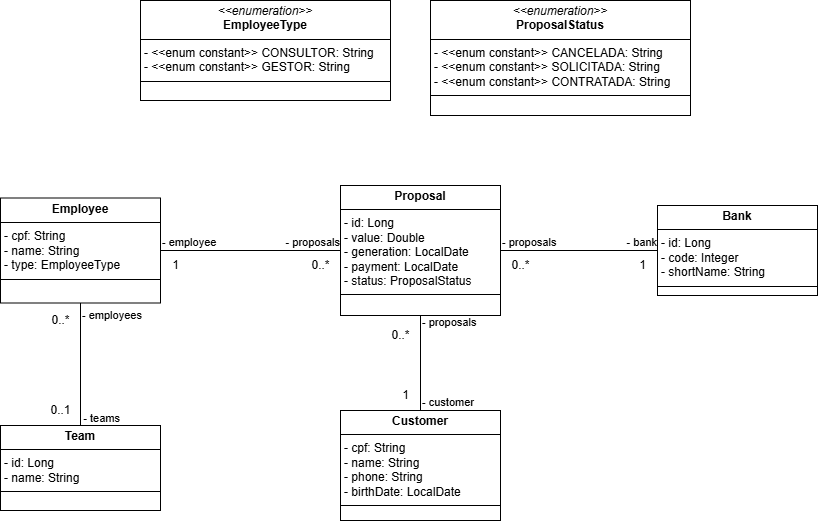
The draw.io diagram documents/diagrama_de_classe.png in Hilan-CP/JSF-corban-multibancos, before a commit. Source tidied: cells renumbered, new cells last; positions are measured from the earlier drawing's top-left corner, leaving out a move shared by most shapes.
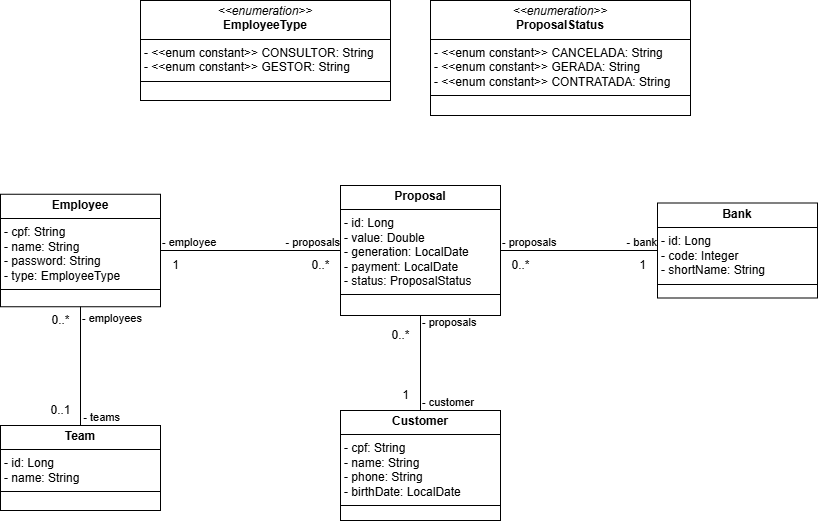
Above is the later version.

The edit, as a diff of the source:
```diff
@@ -2,8 +2,8 @@
   <root>
     <mxCell id="0" />
     <mxCell id="1" parent="0" />
-    <mxCell id="2" value="&lt;p style=&quot;margin:0px;margin-top:4px;text-align:center;&quot;&gt;&lt;b&gt;Employee&lt;/b&gt;&lt;/p&gt;&lt;hr size=&quot;1&quot; style=&quot;border-style:solid;&quot;&gt;&lt;p style=&quot;margin:0px;margin-left:4px;&quot;&gt;- cpf: String&lt;/p&gt;&lt;p style=&quot;margin:0px;margin-left:4px;&quot;&gt;- name: String&lt;/p&gt;&lt;p style=&quot;margin:0px;margin-left:4px;&quot;&gt;- type: EmployeeType&lt;/p&gt;&lt;hr size=&quot;1&quot; style=&quot;border-style:solid;&quot;&gt;&lt;p style=&quot;margin:0px;margin-left:4px;&quot;&gt;&lt;br&gt;&lt;/p&gt;" style="verticalAlign=top;align=left;overflow=fill;html=1;whiteSpace=wrap;" parent="1" vertex="1">
-      <mxGeometry y="197.5" width="160" height="105" as="geometry" />
+    <mxCell id="2" value="&lt;p style=&quot;margin:0px;margin-top:4px;text-align:center;&quot;&gt;&lt;b&gt;Employee&lt;/b&gt;&lt;/p&gt;&lt;hr size=&quot;1&quot; style=&quot;border-style:solid;&quot;&gt;&lt;p style=&quot;margin:0px;margin-left:4px;&quot;&gt;- cpf: String&lt;/p&gt;&lt;p style=&quot;margin:0px;margin-left:4px;&quot;&gt;- name: String&lt;/p&gt;&lt;p style=&quot;margin:0px;margin-left:4px;&quot;&gt;- password: String&lt;/p&gt;&lt;p style=&quot;margin:0px;margin-left:4px;&quot;&gt;- type: EmployeeType&lt;/p&gt;&lt;hr size=&quot;1&quot; style=&quot;border-style:solid;&quot;&gt;&lt;p style=&quot;margin:0px;margin-left:4px;&quot;&gt;&lt;br&gt;&lt;/p&gt;" style="verticalAlign=top;align=left;overflow=fill;html=1;whiteSpace=wrap;" parent="1" vertex="1">
+      <mxGeometry y="193.8" width="160" height="112.5" as="geometry" />
     </mxCell>
     <mxCell id="3" value="&lt;p style=&quot;margin:0px;margin-top:4px;text-align:center;&quot;&gt;&lt;b&gt;Team&lt;/b&gt;&lt;/p&gt;&lt;hr size=&quot;1&quot; style=&quot;border-style:solid;&quot;&gt;&lt;p style=&quot;margin:0px;margin-left:4px;&quot;&gt;- id: Long&lt;/p&gt;&lt;p style=&quot;margin:0px;margin-left:4px;&quot;&gt;- name: String&lt;/p&gt;&lt;hr size=&quot;1&quot; style=&quot;border-style:solid;&quot;&gt;&lt;p style=&quot;margin:0px;margin-left:4px;&quot;&gt;&lt;br&gt;&lt;/p&gt;" style="verticalAlign=top;align=left;overflow=fill;html=1;whiteSpace=wrap;" parent="1" vertex="1">
       <mxGeometry y="425" width="160" height="85" as="geometry" />
@@ -12,7 +12,7 @@
       <mxGeometry x="340" y="410" width="160" height="110" as="geometry" />
     </mxCell>
     <mxCell id="5" value="&lt;p style=&quot;margin:0px;margin-top:4px;text-align:center;&quot;&gt;&lt;b&gt;Bank&lt;/b&gt;&lt;/p&gt;&lt;hr size=&quot;1&quot; style=&quot;border-style:solid;&quot;&gt;&lt;p style=&quot;margin:0px;margin-left:4px;&quot;&gt;- id: Long&lt;/p&gt;&lt;p style=&quot;margin:0px;margin-left:4px;&quot;&gt;- code: Integer&lt;/p&gt;&lt;p style=&quot;margin:0px;margin-left:4px;&quot;&gt;- shortName: String&lt;/p&gt;&lt;hr size=&quot;1&quot; style=&quot;border-style:solid;&quot;&gt;&lt;p style=&quot;margin:0px;margin-left:4px;&quot;&gt;&lt;br&gt;&lt;/p&gt;" style="verticalAlign=top;align=left;overflow=fill;html=1;whiteSpace=wrap;" parent="1" vertex="1">
-      <mxGeometry x="657" y="205" width="160" height="90" as="geometry" />
+      <mxGeometry x="657" y="202.5" width="160" height="95" as="geometry" />
     </mxCell>
     <mxCell id="6" value="&lt;p style=&quot;margin:0px;margin-top:4px;text-align:center;&quot;&gt;&lt;b&gt;Proposal&lt;/b&gt;&lt;/p&gt;&lt;hr size=&quot;1&quot; style=&quot;border-style:solid;&quot;&gt;&lt;p style=&quot;margin:0px;margin-left:4px;&quot;&gt;- id: Long&lt;/p&gt;&lt;p style=&quot;margin:0px;margin-left:4px;&quot;&gt;- value: Double&lt;/p&gt;&lt;p style=&quot;margin:0px;margin-left:4px;&quot;&gt;- generation: LocalDate&lt;/p&gt;&lt;p style=&quot;margin:0px;margin-left:4px;&quot;&gt;- payment: LocalDate&lt;/p&gt;&lt;p style=&quot;margin:0px;margin-left:4px;&quot;&gt;- status: ProposalStatus&lt;/p&gt;&lt;hr size=&quot;1&quot; style=&quot;border-style:solid;&quot;&gt;&lt;p style=&quot;margin:0px;margin-left:4px;&quot;&gt;&lt;br&gt;&lt;/p&gt;" style="verticalAlign=top;align=left;overflow=fill;html=1;whiteSpace=wrap;" parent="1" vertex="1">
       <mxGeometry x="340" y="185" width="160" height="130" as="geometry" />
@@ -88,7 +88,7 @@
     <mxCell id="27" value="&lt;p style=&quot;margin:0px;margin-top:4px;text-align:center;&quot;&gt;&lt;i&gt;&amp;lt;&amp;lt;enumeration&amp;gt;&amp;gt;&lt;/i&gt;&lt;br&gt;&lt;b&gt;EmployeeType&lt;/b&gt;&lt;/p&gt;&lt;hr size=&quot;1&quot; style=&quot;border-style:solid;&quot;&gt;&lt;p style=&quot;margin:0px;margin-left:4px;&quot;&gt;- &amp;lt;&amp;lt;enum constant&amp;gt;&amp;gt; CONSULTOR: String&lt;br&gt;- &amp;lt;&amp;lt;enum constant&amp;gt;&amp;gt; GESTOR:&amp;nbsp;&lt;span style=&quot;background-color: initial;&quot;&gt;String&lt;/span&gt;&lt;/p&gt;&lt;hr size=&quot;1&quot; style=&quot;border-style:solid;&quot;&gt;&lt;p style=&quot;margin:0px;margin-left:4px;&quot;&gt;&lt;br&gt;&lt;/p&gt;" style="verticalAlign=top;align=left;overflow=fill;html=1;whiteSpace=wrap;" parent="1" vertex="1">
       <mxGeometry x="140" width="250" height="100" as="geometry" />
     </mxCell>
-    <mxCell id="28" value="&lt;p style=&quot;margin:0px;margin-top:4px;text-align:center;&quot;&gt;&lt;i&gt;&amp;lt;&amp;lt;enumeration&amp;gt;&amp;gt;&lt;/i&gt;&lt;br&gt;&lt;b&gt;ProposalStatus&lt;/b&gt;&lt;/p&gt;&lt;hr size=&quot;1&quot; style=&quot;border-style:solid;&quot;&gt;&lt;p style=&quot;margin:0px;margin-left:4px;&quot;&gt;- &amp;lt;&amp;lt;enum constant&amp;gt;&amp;gt; CANCELADA: String&lt;br&gt;-&amp;nbsp;&lt;span style=&quot;background-color: initial;&quot;&gt;&amp;lt;&amp;lt;enum constant&amp;gt;&amp;gt; SOLICITADA:&amp;nbsp;&lt;/span&gt;&lt;span style=&quot;background-color: initial;&quot;&gt;String&lt;/span&gt;&lt;/p&gt;&lt;p style=&quot;margin:0px;margin-left:4px;&quot;&gt;&lt;span style=&quot;background-color: initial;&quot;&gt;-&amp;nbsp;&lt;/span&gt;&lt;span style=&quot;background-color: initial;&quot;&gt;&amp;lt;&amp;lt;enum constant&amp;gt;&amp;gt; CONTRATADA:&amp;nbsp;&lt;/span&gt;&lt;span style=&quot;background-color: initial;&quot;&gt;String&lt;/span&gt;&lt;/p&gt;&lt;hr size=&quot;1&quot; style=&quot;border-style:solid;&quot;&gt;&lt;p style=&quot;margin:0px;margin-left:4px;&quot;&gt;&lt;br&gt;&lt;/p&gt;" style="verticalAlign=top;align=left;overflow=fill;html=1;whiteSpace=wrap;" parent="1" vertex="1">
+    <mxCell id="28" value="&lt;p style=&quot;margin:0px;margin-top:4px;text-align:center;&quot;&gt;&lt;i&gt;&amp;lt;&amp;lt;enumeration&amp;gt;&amp;gt;&lt;/i&gt;&lt;br&gt;&lt;b&gt;ProposalStatus&lt;/b&gt;&lt;/p&gt;&lt;hr size=&quot;1&quot; style=&quot;border-style:solid;&quot;&gt;&lt;p style=&quot;margin:0px;margin-left:4px;&quot;&gt;- &amp;lt;&amp;lt;enum constant&amp;gt;&amp;gt; CANCELADA: String&lt;br&gt;-&amp;nbsp;&lt;span style=&quot;background-color: initial;&quot;&gt;&amp;lt;&amp;lt;enum constant&amp;gt;&amp;gt; GERADA:&amp;nbsp;&lt;/span&gt;&lt;span style=&quot;background-color: initial;&quot;&gt;String&lt;/span&gt;&lt;/p&gt;&lt;p style=&quot;margin:0px;margin-left:4px;&quot;&gt;&lt;span style=&quot;background-color: initial;&quot;&gt;-&amp;nbsp;&lt;/span&gt;&lt;span style=&quot;background-color: initial;&quot;&gt;&amp;lt;&amp;lt;enum constant&amp;gt;&amp;gt; CONTRATADA:&amp;nbsp;&lt;/span&gt;&lt;span style=&quot;background-color: initial;&quot;&gt;String&lt;/span&gt;&lt;/p&gt;&lt;hr size=&quot;1&quot; style=&quot;border-style:solid;&quot;&gt;&lt;p style=&quot;margin:0px;margin-left:4px;&quot;&gt;&lt;br&gt;&lt;/p&gt;" style="verticalAlign=top;align=left;overflow=fill;html=1;whiteSpace=wrap;" parent="1" vertex="1">
       <mxGeometry x="430" width="260" height="115" as="geometry" />
     </mxCell>
   </root>
```
